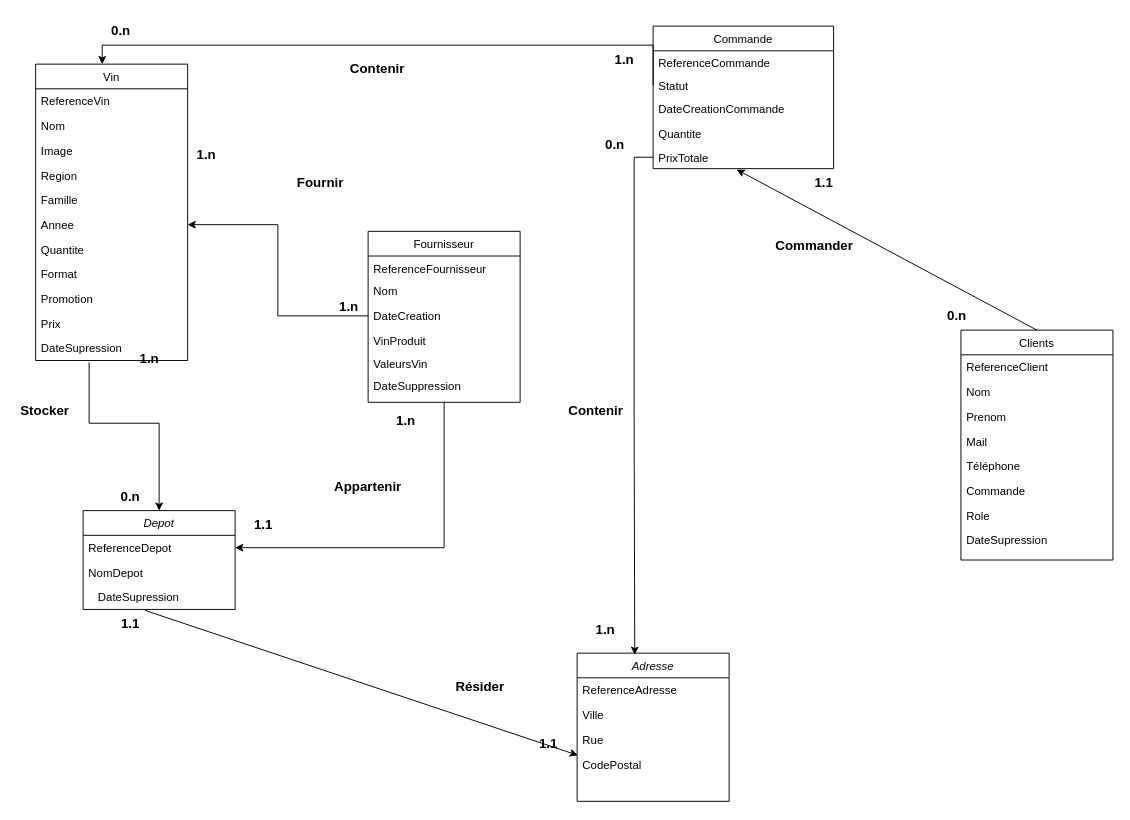
The draw.io diagram projet-vin-mcd.drawio in TorayLaTortue/Projet-vin, before the edit. Source tidied: cells renumbered, new cells numbered last; positions are measured from the earlier drawing's top-left corner, leaving out a move shared by most shapes. Both pictures are drawn from the tidied source at 95%, with x=0, y=0 at pixel (16, 16).
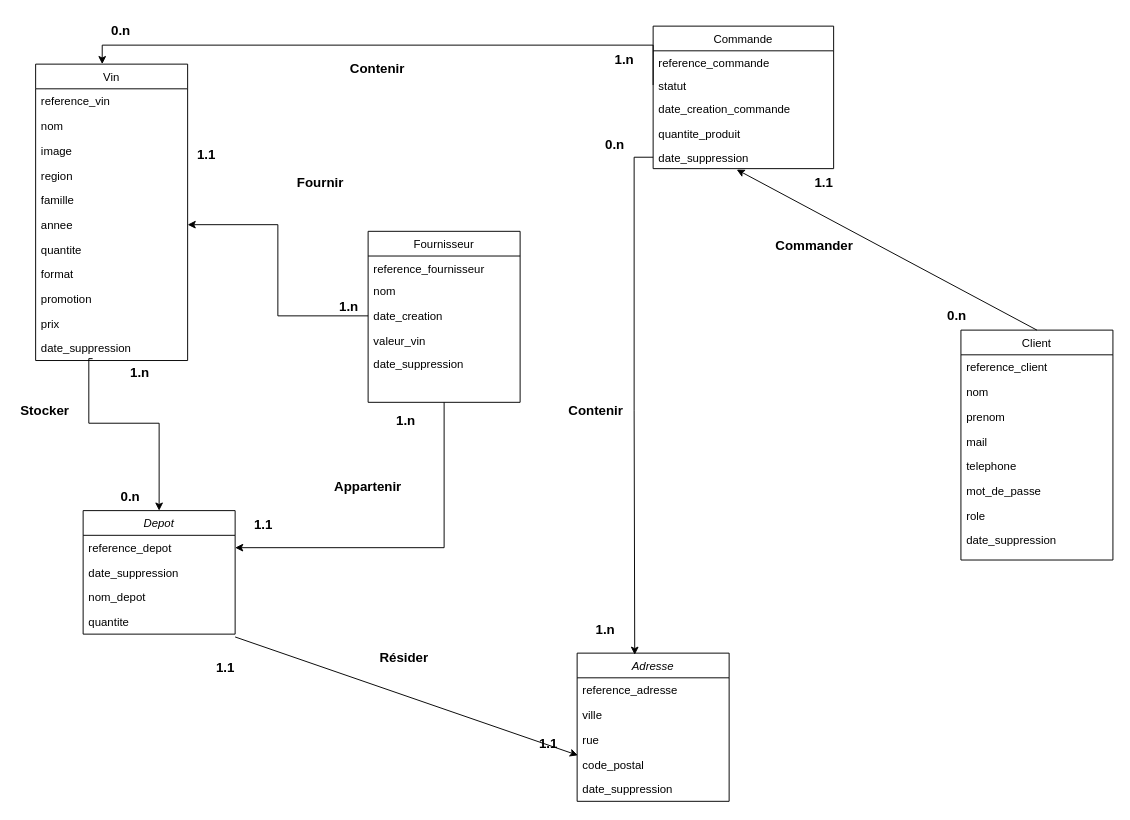
Above is the later version.

Commit message:
Mettre à jour projet-vin-mcd.drawio

The change refers to these unchanged cells:
```xml
<mxCell id="2" value="Adresse" style="swimlane;fontStyle=2;align=center;verticalAlign=top;horizontal=1;startSize=26;rounded=0;shadow=0;strokeWidth=1;" parent="1" vertex="1">
  <mxGeometry x="590" y="670" width="160" height="156" as="geometry" />
</mxCell>
<mxCell id="7" value="Vin" style="swimlane;fontStyle=0;align=center;verticalAlign=top;horizontal=1;startSize=26;rounded=0;shadow=0;strokeWidth=1;" parent="1" vertex="1">
  <mxGeometry x="20" y="50" width="160" height="312" as="geometry" />
</mxCell>
<mxCell id="20" value="Fournisseur" style="swimlane;fontStyle=0;align=center;verticalAlign=top;horizontal=1;startSize=26;rounded=0;shadow=0;strokeWidth=1;" parent="1" vertex="1">
  <mxGeometry x="370" y="226" width="160" height="180" as="geometry" />
</mxCell>
<mxCell id="39" value="Commande" style="swimlane;fontStyle=0;align=center;verticalAlign=top;horizontal=1;startSize=26;rounded=0;shadow=0;strokeWidth=1;" parent="1" vertex="1">
  <mxGeometry x="670" y="10" width="190" height="150" as="geometry" />
</mxCell>
```

The edit, as a diff of the source:
```diff
@@
-    <mxCell id="3" value="ReferenceAdresse" style="text;align=left;verticalAlign=top;spacingLeft=4;spacingRight=4;overflow=hidden;rounded=0;shadow=0;html=0;" parent="2" vertex="1">
+    <mxCell id="3" value="reference_adresse" style="text;align=left;verticalAlign=top;spacingLeft=4;spacingRight=4;overflow=hidden;rounded=0;shadow=0;html=0;" parent="2" vertex="1">
       <mxGeometry y="26" width="160" height="26" as="geometry" />
     </mxCell>
-    <mxCell id="4" value="Ville" style="text;align=left;verticalAlign=top;spacingLeft=4;spacingRight=4;overflow=hidden;" parent="2" vertex="1">
+    <mxCell id="4" value="ville" style="text;align=left;verticalAlign=top;spacingLeft=4;spacingRight=4;overflow=hidden;" parent="2" vertex="1">
       <mxGeometry y="52" width="160" height="26" as="geometry" />
     </mxCell>
-    <mxCell id="5" value="Rue" style="text;align=left;verticalAlign=top;spacingLeft=4;spacingRight=4;overflow=hidden;rounded=0;shadow=0;html=0;" parent="2" vertex="1">
+    <mxCell id="5" value="rue" style="text;align=left;verticalAlign=top;spacingLeft=4;spacingRight=4;overflow=hidden;rounded=0;shadow=0;html=0;" parent="2" vertex="1">
       <mxGeometry y="78" width="160" height="26" as="geometry" />
     </mxCell>
-    <mxCell id="6" value="CodePostal" style="text;align=left;verticalAlign=top;spacingLeft=4;spacingRight=4;overflow=hidden;points=[[0,0.5],[1,0.5]];portConstraint=eastwest;rounded=0;shadow=0;html=0;" parent="2" vertex="1">
+    <mxCell id="6" value="code_postal" style="text;align=left;verticalAlign=top;spacingLeft=4;spacingRight=4;overflow=hidden;points=[[0,0.5],[1,0.5]];portConstraint=eastwest;rounded=0;shadow=0;html=0;" parent="2" vertex="1">
       <mxGeometry y="104" width="160" height="26" as="geometry" />
     </mxCell>
+    <mxCell id="73" value="date_suppression" style="text;align=left;verticalAlign=top;spacingLeft=4;spacingRight=4;overflow=hidden;rounded=0;shadow=0;html=0;" parent="2" vertex="1">
+      <mxGeometry y="130" width="160" height="26" as="geometry" />
+    </mxCell>
@@
-    <mxCell id="8" value="ReferenceVin" style="text;align=left;verticalAlign=top;spacingLeft=4;spacingRight=4;overflow=hidden;" parent="7" vertex="1">
+    <mxCell id="8" value="reference_vin" style="text;align=left;verticalAlign=top;spacingLeft=4;spacingRight=4;overflow=hidden;" parent="7" vertex="1">
       <mxGeometry y="26" width="160" height="26" as="geometry" />
     </mxCell>
-    <mxCell id="9" value="Nom " style="text;align=left;verticalAlign=top;spacingLeft=4;spacingRight=4;overflow=hidden;" parent="7" vertex="1">
+    <mxCell id="9" value="nom " style="text;align=left;verticalAlign=top;spacingLeft=4;spacingRight=4;overflow=hidden;" parent="7" vertex="1">
       <mxGeometry y="52" width="160" height="26" as="geometry" />
     </mxCell>
-    <mxCell id="10" value="Image" style="text;align=left;verticalAlign=top;spacingLeft=4;spacingRight=4;overflow=hidden;" parent="7" vertex="1">
+    <mxCell id="10" value="image" style="text;align=left;verticalAlign=top;spacingLeft=4;spacingRight=4;overflow=hidden;" parent="7" vertex="1">
       <mxGeometry y="78" width="160" height="26" as="geometry" />
     </mxCell>
-    <mxCell id="11" value="Region" style="text;align=left;verticalAlign=top;spacingLeft=4;spacingRight=4;overflow=hidden;rounded=0;shadow=0;html=0;" parent="7" vertex="1">
+    <mxCell id="11" value="region" style="text;align=left;verticalAlign=top;spacingLeft=4;spacingRight=4;overflow=hidden;rounded=0;shadow=0;html=0;" parent="7" vertex="1">
       <mxGeometry y="104" width="160" height="26" as="geometry" />
     </mxCell>
-    <mxCell id="12" value="Famille" style="text;align=left;verticalAlign=top;spacingLeft=4;spacingRight=4;overflow=hidden;rounded=0;shadow=0;html=0;" parent="7" vertex="1">
+    <mxCell id="12" value="famille" style="text;align=left;verticalAlign=top;spacingLeft=4;spacingRight=4;overflow=hidden;rounded=0;shadow=0;html=0;" parent="7" vertex="1">
       <mxGeometry y="130" width="160" height="26" as="geometry" />
     </mxCell>
-    <mxCell id="13" value="Annee" style="text;align=left;verticalAlign=top;spacingLeft=4;spacingRight=4;overflow=hidden;points=[[0,0.5],[1,0.5]];portConstraint=eastwest;rounded=0;shadow=0;html=0;" parent="7" vertex="1">
+    <mxCell id="13" value="annee" style="text;align=left;verticalAlign=top;spacingLeft=4;spacingRight=4;overflow=hidden;points=[[0,0.5],[1,0.5]];portConstraint=eastwest;rounded=0;shadow=0;html=0;" parent="7" vertex="1">
       <mxGeometry y="156" width="160" height="26" as="geometry" />
     </mxCell>
-    <mxCell id="14" value="Quantite" style="text;align=left;verticalAlign=top;spacingLeft=4;spacingRight=4;overflow=hidden;rounded=0;shadow=0;html=0;" parent="7" vertex="1">
-      <mxGeometry y="182" width="160" height="26" as="geometry" />
-    </mxCell>
-    <mxCell id="15" value="Format" style="text;align=left;verticalAlign=top;spacingLeft=4;spacingRight=4;overflow=hidden;" parent="7" vertex="1">
-      <mxGeometry y="208" width="160" height="26" as="geometry" />
+    <mxCell id="15" value="quantite" style="text;align=left;verticalAlign=top;spacingLeft=4;spacingRight=4;overflow=hidden;" parent="7" vertex="1">
+      <mxGeometry y="182" width="160" height="26" as="geometry" />
     </mxCell>
-    <mxCell id="16" value="Promotion" style="text;align=left;verticalAlign=top;spacingLeft=4;spacingRight=4;overflow=hidden;" parent="7" vertex="1">
-      <mxGeometry y="234" width="160" height="26" as="geometry" />
+    <mxCell id="16" value="format" style="text;align=left;verticalAlign=top;spacingLeft=4;spacingRight=4;overflow=hidden;" parent="7" vertex="1">
+      <mxGeometry y="208" width="160" height="26" as="geometry" />
     </mxCell>
-    <mxCell id="17" value="Prix" style="text;align=left;verticalAlign=top;spacingLeft=4;spacingRight=4;overflow=hidden;" parent="7" vertex="1">
-      <mxGeometry y="260" width="160" height="26" as="geometry" />
+    <mxCell id="17" value="promotion" style="text;align=left;verticalAlign=top;spacingLeft=4;spacingRight=4;overflow=hidden;" parent="7" vertex="1">
+      <mxGeometry y="234" width="160" height="26" as="geometry" />
     </mxCell>
-    <mxCell id="18" value="DateSupression" style="text;align=left;verticalAlign=top;spacingLeft=4;spacingRight=4;overflow=hidden;points=[[0,0.5],[1,0.5]];portConstraint=eastwest;" parent="7" vertex="1">
-      <mxGeometry y="286" width="160" height="26" as="geometry" />
+    <mxCell id="18" value="prix" style="text;align=left;verticalAlign=top;spacingLeft=4;spacingRight=4;overflow=hidden;points=[[0,0.5],[1,0.5]];portConstraint=eastwest;" parent="7" vertex="1">
+      <mxGeometry y="260" width="160" height="26" as="geometry" />
     </mxCell>
+    <mxCell id="74" value="date_suppression" style="text;align=left;verticalAlign=top;spacingLeft=4;spacingRight=4;overflow=hidden;" parent="7" vertex="1">
+      <mxGeometry y="286" width="160" height="26" as="geometry" />
+    </mxCell>
@@
-    <mxCell id="21" value="ReferenceFournisseur" style="text;align=left;verticalAlign=top;spacingLeft=4;spacingRight=4;overflow=hidden;" parent="20" vertex="1">
+    <mxCell id="21" value="reference_fournisseur" style="text;align=left;verticalAlign=top;spacingLeft=4;spacingRight=4;overflow=hidden;" parent="20" vertex="1">
       <mxGeometry y="26" width="160" height="24" as="geometry" />
     </mxCell>
-    <mxCell id="22" value="Nom" style="text;align=left;verticalAlign=top;spacingLeft=4;spacingRight=4;overflow=hidden;" parent="20" vertex="1">
+    <mxCell id="22" value="nom" style="text;align=left;verticalAlign=top;spacingLeft=4;spacingRight=4;overflow=hidden;" parent="20" vertex="1">
       <mxGeometry y="50" width="160" height="26" as="geometry" />
     </mxCell>
-    <mxCell id="23" value="DateCreation" style="text;align=left;verticalAlign=top;spacingLeft=4;spacingRight=4;overflow=hidden;points=[[0,0.5],[1,0.5]];portConstraint=eastwest;rounded=0;shadow=0;html=0;" parent="20" vertex="1">
+    <mxCell id="23" value="date_creation" style="text;align=left;verticalAlign=top;spacingLeft=4;spacingRight=4;overflow=hidden;points=[[0,0.5],[1,0.5]];portConstraint=eastwest;rounded=0;shadow=0;html=0;" parent="20" vertex="1">
       <mxGeometry y="76" width="160" height="26" as="geometry" />
     </mxCell>
-    <mxCell id="24" value="VinProduit" style="text;align=left;verticalAlign=top;spacingLeft=4;spacingRight=4;overflow=hidden;" parent="20" vertex="1">
-      <mxGeometry y="102" width="160" height="24" as="geometry" />
-    </mxCell>
-    <mxCell id="25" value="ValeursVin" style="text;align=left;verticalAlign=top;spacingLeft=4;spacingRight=4;overflow=hidden;" parent="20" vertex="1">
-      <mxGeometry y="126" width="160" height="24" as="geometry" />
+    <mxCell id="25" value="valeur_vin" style="text;align=left;verticalAlign=top;spacingLeft=4;spacingRight=4;overflow=hidden;" parent="20" vertex="1">
+      <mxGeometry y="102" width="160" height="24" as="geometry" />
     </mxCell>
-    <mxCell id="26" value="DateSuppression" style="text;align=left;verticalAlign=top;spacingLeft=4;spacingRight=4;overflow=hidden;" parent="20" vertex="1">
-      <mxGeometry y="150" width="160" height="24" as="geometry" />
+    <mxCell id="26" value="date_suppression" style="text;align=left;verticalAlign=top;spacingLeft=4;spacingRight=4;overflow=hidden;" parent="20" vertex="1">
+      <mxGeometry y="126" width="160" height="24" as="geometry" />
     </mxCell>
-    <mxCell id="27" value="Clients" style="swimlane;fontStyle=0;align=center;verticalAlign=top;horizontal=1;startSize=26;rounded=0;shadow=0;strokeWidth=1;" parent="1" vertex="1">
+    <mxCell id="27" value="Client" style="swimlane;fontStyle=0;align=center;verticalAlign=top;horizontal=1;startSize=26;rounded=0;shadow=0;strokeWidth=1;" parent="1" vertex="1">
       <mxGeometry x="994" y="330" width="160" height="242" as="geometry" />
     </mxCell>
-    <mxCell id="28" value="ReferenceClient" style="text;align=left;verticalAlign=top;spacingLeft=4;spacingRight=4;overflow=hidden;" parent="27" vertex="1">
+    <mxCell id="28" value="reference_client" style="text;align=left;verticalAlign=top;spacingLeft=4;spacingRight=4;overflow=hidden;" parent="27" vertex="1">
       <mxGeometry y="26" width="160" height="26" as="geometry" />
     </mxCell>
-    <mxCell id="29" value="Nom " style="text;align=left;verticalAlign=top;spacingLeft=4;spacingRight=4;overflow=hidden;" parent="27" vertex="1">
+    <mxCell id="29" value="nom" style="text;align=left;verticalAlign=top;spacingLeft=4;spacingRight=4;overflow=hidden;" parent="27" vertex="1">
       <mxGeometry y="52" width="160" height="26" as="geometry" />
     </mxCell>
-    <mxCell id="30" value="Prenom " style="text;align=left;verticalAlign=top;spacingLeft=4;spacingRight=4;overflow=hidden;rounded=0;shadow=0;html=0;" parent="27" vertex="1">
+    <mxCell id="30" value="prenom" style="text;align=left;verticalAlign=top;spacingLeft=4;spacingRight=4;overflow=hidden;rounded=0;shadow=0;html=0;" parent="27" vertex="1">
       <mxGeometry y="78" width="160" height="26" as="geometry" />
     </mxCell>
-    <mxCell id="31" value="Mail" style="text;align=left;verticalAlign=top;spacingLeft=4;spacingRight=4;overflow=hidden;rounded=0;shadow=0;html=0;" parent="27" vertex="1">
+    <mxCell id="31" value="mail" style="text;align=left;verticalAlign=top;spacingLeft=4;spacingRight=4;overflow=hidden;rounded=0;shadow=0;html=0;" parent="27" vertex="1">
       <mxGeometry y="104" width="160" height="26" as="geometry" />
     </mxCell>
-    <mxCell id="32" value="Téléphone" style="text;align=left;verticalAlign=top;spacingLeft=4;spacingRight=4;overflow=hidden;rounded=0;shadow=0;html=0;" parent="27" vertex="1">
+    <mxCell id="32" value="telephone" style="text;align=left;verticalAlign=top;spacingLeft=4;spacingRight=4;overflow=hidden;rounded=0;shadow=0;html=0;" parent="27" vertex="1">
       <mxGeometry y="130" width="160" height="26" as="geometry" />
     </mxCell>
-    <mxCell id="33" value="Commande" style="text;align=left;verticalAlign=top;spacingLeft=4;spacingRight=4;overflow=hidden;rounded=0;shadow=0;html=0;" parent="27" vertex="1">
+    <mxCell id="33" value="mot_de_passe" style="text;align=left;verticalAlign=top;spacingLeft=4;spacingRight=4;overflow=hidden;rounded=0;shadow=0;html=0;" parent="27" vertex="1">
       <mxGeometry y="156" width="160" height="26" as="geometry" />
     </mxCell>
-    <mxCell id="34" value="Role" style="text;align=left;verticalAlign=top;spacingLeft=4;spacingRight=4;overflow=hidden;" parent="27" vertex="1">
+    <mxCell id="34" value="role" style="text;align=left;verticalAlign=top;spacingLeft=4;spacingRight=4;overflow=hidden;" parent="27" vertex="1">
       <mxGeometry y="182" width="160" height="26" as="geometry" />
     </mxCell>
-    <mxCell id="35" value="DateSupression" style="text;align=left;verticalAlign=top;spacingLeft=4;spacingRight=4;overflow=hidden;" parent="27" vertex="1">
+    <mxCell id="35" value="date_suppression" style="text;align=left;verticalAlign=top;spacingLeft=4;spacingRight=4;overflow=hidden;" parent="27" vertex="1">
       <mxGeometry y="208" width="160" height="26" as="geometry" />
     </mxCell>
     <mxCell id="36" value="Depot" style="swimlane;fontStyle=2;align=center;verticalAlign=top;horizontal=1;startSize=26;rounded=0;shadow=0;strokeWidth=1;" parent="1" vertex="1">
-      <mxGeometry x="70" y="520" width="160" height="104" as="geometry" />
+      <mxGeometry x="70" y="520" width="160" height="130" as="geometry" />
     </mxCell>
-    <mxCell id="37" value="ReferenceDepot" style="text;align=left;verticalAlign=top;spacingLeft=4;spacingRight=4;overflow=hidden;points=[[0,0.5],[1,0.5]];portConstraint=eastwest;rounded=0;shadow=0;html=0;" parent="36" vertex="1">
+    <mxCell id="37" value="reference_depot" style="text;align=left;verticalAlign=top;spacingLeft=4;spacingRight=4;overflow=hidden;points=[[0,0.5],[1,0.5]];portConstraint=eastwest;rounded=0;shadow=0;html=0;" parent="36" vertex="1">
       <mxGeometry y="26" width="160" height="26" as="geometry" />
     </mxCell>
+    <mxCell id="50" value="date_suppression" style="text;align=left;verticalAlign=top;spacingLeft=4;spacingRight=4;overflow=hidden;points=[[0,0.5],[1,0.5]];portConstraint=eastwest;rounded=0;shadow=0;html=0;" parent="36" vertex="1">
+      <mxGeometry y="52" width="160" height="26" as="geometry" />
+    </mxCell>
-    <mxCell id="38" value="NomDepot" style="text;align=left;verticalAlign=top;spacingLeft=4;spacingRight=4;overflow=hidden;" parent="36" vertex="1">
-      <mxGeometry y="52" width="160" height="26" as="geometry" />
+    <mxCell id="38" value="nom_depot" style="text;align=left;verticalAlign=top;spacingLeft=4;spacingRight=4;overflow=hidden;" parent="36" vertex="1">
+      <mxGeometry y="78" width="160" height="26" as="geometry" />
     </mxCell>
+    <mxCell id="75" value="quantite" style="text;align=left;verticalAlign=top;spacingLeft=4;spacingRight=4;overflow=hidden;points=[[0,0.5],[1,0.5]];portConstraint=eastwest;rounded=0;shadow=0;html=0;" parent="36" vertex="1">
+      <mxGeometry y="104" width="160" height="26" as="geometry" />
+    </mxCell>
@@
-    <mxCell id="40" value="ReferenceCommande" style="text;align=left;verticalAlign=top;spacingLeft=4;spacingRight=4;overflow=hidden;" parent="39" vertex="1">
+    <mxCell id="40" value="reference_commande" style="text;align=left;verticalAlign=top;spacingLeft=4;spacingRight=4;overflow=hidden;" parent="39" vertex="1">
       <mxGeometry y="26" width="190" height="24" as="geometry" />
     </mxCell>
-    <mxCell id="41" value="Statut" style="text;align=left;verticalAlign=top;spacingLeft=4;spacingRight=4;overflow=hidden;points=[[0,0.5],[1,0.5]];portConstraint=eastwest;" parent="39" vertex="1">
+    <mxCell id="41" value="statut" style="text;align=left;verticalAlign=top;spacingLeft=4;spacingRight=4;overflow=hidden;points=[[0,0.5],[1,0.5]];portConstraint=eastwest;" parent="39" vertex="1">
       <mxGeometry y="50" width="190" height="24" as="geometry" />
     </mxCell>
-    <mxCell id="42" value="DateCreationCommande" style="text;align=left;verticalAlign=top;spacingLeft=4;spacingRight=4;overflow=hidden;" parent="39" vertex="1">
+    <mxCell id="42" value="date_creation_commande" style="text;align=left;verticalAlign=top;spacingLeft=4;spacingRight=4;overflow=hidden;" parent="39" vertex="1">
       <mxGeometry y="74" width="190" height="26" as="geometry" />
     </mxCell>
-    <mxCell id="43" value="Quantite" style="text;align=left;verticalAlign=top;spacingLeft=4;spacingRight=4;overflow=hidden;rounded=0;shadow=0;html=0;" parent="39" vertex="1">
+    <mxCell id="43" value="quantite_produit" style="text;align=left;verticalAlign=top;spacingLeft=4;spacingRight=4;overflow=hidden;rounded=0;shadow=0;html=0;" parent="39" vertex="1">
       <mxGeometry y="100" width="190" height="26" as="geometry" />
     </mxCell>
-    <mxCell id="44" value="PrixTotale" style="text;align=left;verticalAlign=top;spacingLeft=4;spacingRight=4;overflow=hidden;points=[[0,0.5],[1,0.5]];portConstraint=eastwest;" parent="39" vertex="1">
+    <mxCell id="44" value="date_suppression" style="text;align=left;verticalAlign=top;spacingLeft=4;spacingRight=4;overflow=hidden;points=[[0,0.5],[1,0.5]];portConstraint=eastwest;" parent="39" vertex="1">
       <mxGeometry y="126" width="190" height="24" as="geometry" />
     </mxCell>
@@
-    <mxCell id="49" style="endArrow=classic;html=1;rounded=0;entryX=0.005;entryY=0.137;entryDx=0;entryDy=0;exitX=0.344;exitY=1.038;exitDx=0;exitDy=0;entryPerimeter=0;exitPerimeter=0;" parent="1" edge="1" source="50" target="6">
+    <mxCell id="49" style="endArrow=classic;html=1;rounded=0;entryX=0.005;entryY=0.137;entryDx=0;entryDy=0;exitX=1;exitY=1.115;exitDx=0;exitDy=0;entryPerimeter=0;exitPerimeter=0;" parent="1" edge="1" source="75" target="6">
       <mxGeometry relative="1" as="geometry" />
     </mxCell>
-    <mxCell id="50" value="DateSupression" style="text;align=left;verticalAlign=top;spacingLeft=4;spacingRight=4;overflow=hidden;points=[[0,0.5],[1,0.5]];portConstraint=eastwest;rounded=0;shadow=0;html=0;" parent="1" vertex="1">
-      <mxGeometry x="80" y="598" width="160" height="26" as="geometry" />
-    </mxCell>
@@
     <mxCell id="52" value="&lt;b&gt;&lt;font style=&quot;font-size: 14px;&quot;&gt;1.1&lt;/font&gt;&lt;/b&gt;" style="text;html=1;align=center;verticalAlign=middle;whiteSpace=wrap;rounded=0;" parent="1" vertex="1">
-      <mxGeometry x="90" y="624" width="60" height="30" as="geometry" />
+      <mxGeometry x="190" y="670" width="60" height="30" as="geometry" />
     </mxCell>
     <mxCell id="53" value="&lt;span style=&quot;font-size: 14px;&quot;&gt;&lt;b&gt;Résider&amp;nbsp;&lt;/b&gt;&lt;/span&gt;" style="text;html=1;align=center;verticalAlign=middle;whiteSpace=wrap;rounded=0;" parent="1" vertex="1">
-      <mxGeometry x="460" y="690" width="60" height="30" as="geometry" />
+      <mxGeometry x="380" y="660" width="60" height="30" as="geometry" />
     </mxCell>
@@
-    <mxCell id="57" style="edgeStyle=orthogonalEdgeStyle;rounded=0;jettySize=auto;html=1;exitX=0.352;exitY=1.077;exitDx=0;exitDy=0;entryX=0.5;entryY=0;entryDx=0;entryDy=0;exitPerimeter=0;" parent="1" edge="1" source="18" target="36">
+    <mxCell id="57" style="edgeStyle=orthogonalEdgeStyle;rounded=0;jettySize=auto;html=1;entryX=0.5;entryY=0;entryDx=0;entryDy=0;" parent="1" edge="1" target="36">
       <mxGeometry relative="1" as="geometry">
+        <mxPoint x="80" y="360" as="sourcePoint" />
         <Array as="points">
           <mxPoint x="76" y="428" />
           <mxPoint x="150" y="428" />
         </Array>
       </mxGeometry>
     </mxCell>
@@
     <mxCell id="59" value="&lt;span style=&quot;font-size: 14px;&quot;&gt;&lt;b&gt;1.n&lt;/b&gt;&lt;/span&gt;" style="text;html=1;align=center;verticalAlign=middle;whiteSpace=wrap;rounded=0;" parent="1" vertex="1">
-      <mxGeometry x="110" y="345" width="60" height="30" as="geometry" />
+      <mxGeometry x="100" y="360" width="60" height="30" as="geometry" />
     </mxCell>
@@
-    <mxCell id="67" value="&lt;span style=&quot;font-size: 14px;&quot;&gt;&lt;b&gt;1.n&lt;/b&gt;&lt;/span&gt;" style="text;html=1;align=center;verticalAlign=middle;whiteSpace=wrap;rounded=0;" parent="1" vertex="1">
+    <mxCell id="67" value="&lt;span style=&quot;font-size: 14px;&quot;&gt;&lt;b&gt;1.1&lt;/b&gt;&lt;/span&gt;" style="text;html=1;align=center;verticalAlign=middle;whiteSpace=wrap;rounded=0;" parent="1" vertex="1">
       <mxGeometry x="170" y="130" width="60" height="30" as="geometry" />
     </mxCell>
```
